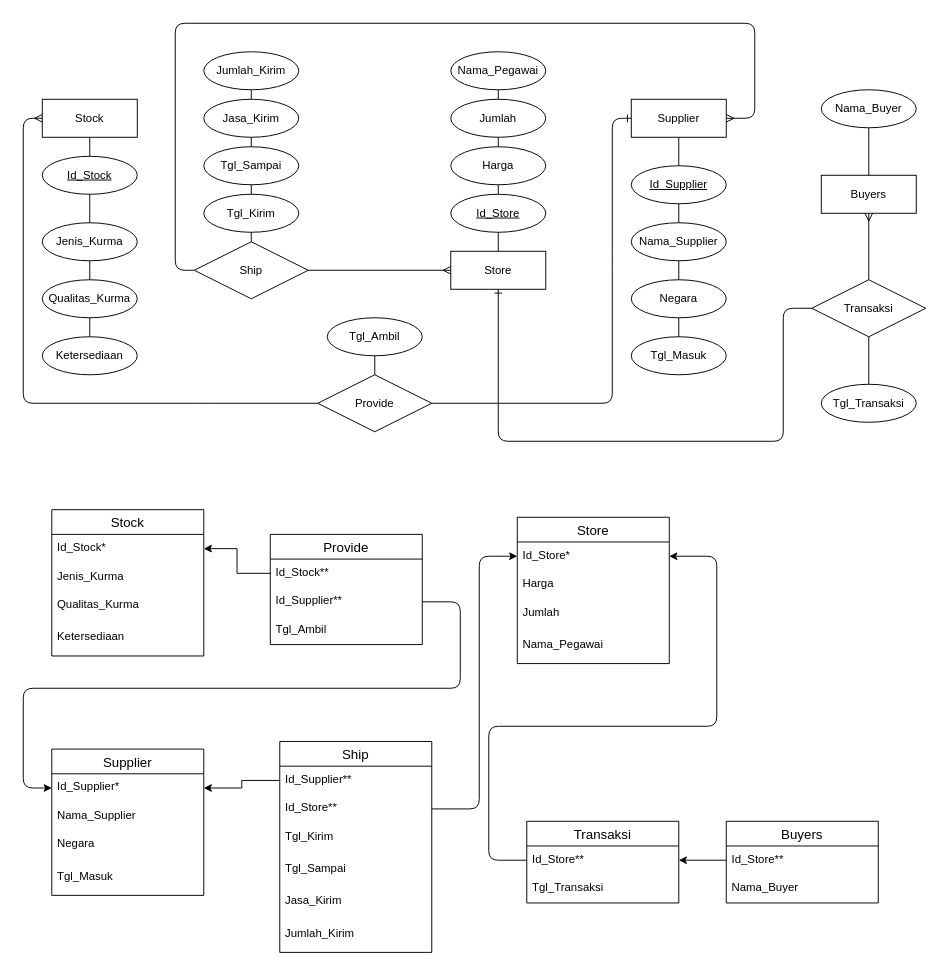
The draw.io diagram Docs/ERD Project.drawio in baswaraandi/Database-Project, before the edit. Source tidied: cells renumbered, new cells numbered last; positions are measured from the earlier drawing's top-left corner, leaving out a move shared by most shapes. Both pictures are drawn from the tidied source at 95%, with x=0, y=0 at pixel (23, 23).
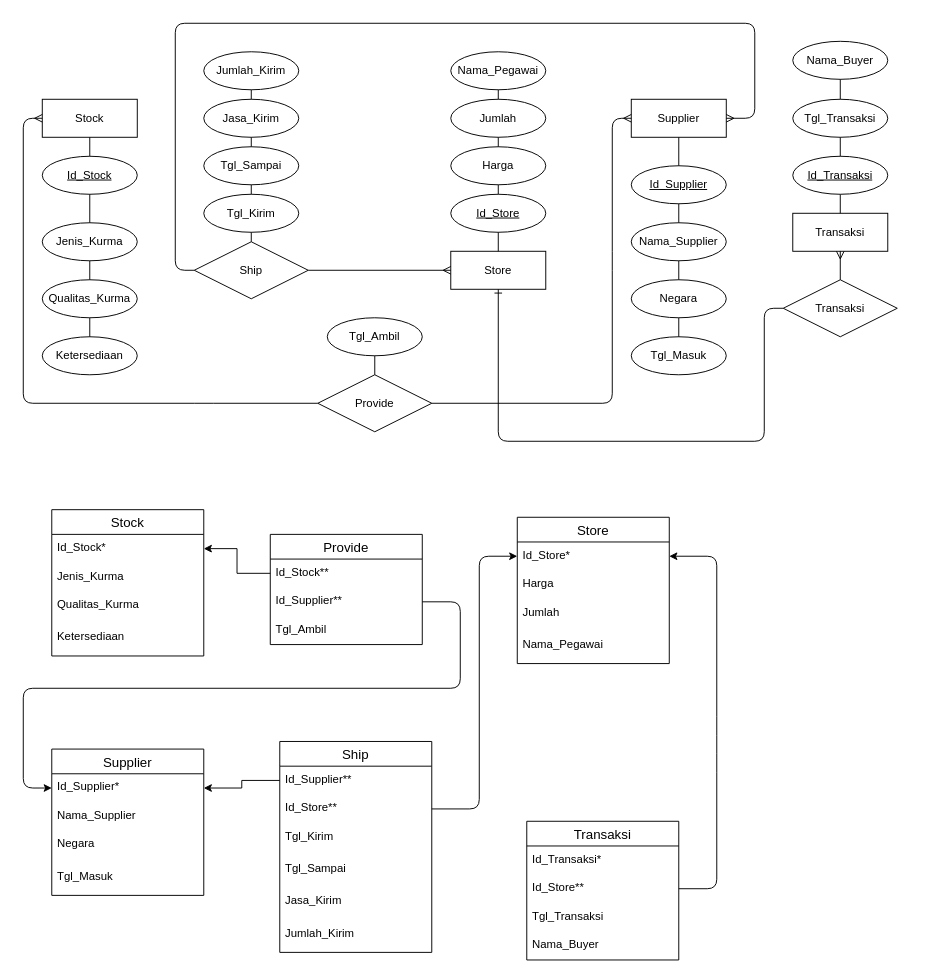
The same page after the edit.

The change refers to these unchanged cells:
```xml
<mxCell id="2" value="Supplier" style="whiteSpace=wrap;html=1;align=center;" parent="1" vertex="1">
  <mxGeometry x="640" y="80" width="100" height="40" as="geometry" />
</mxCell>
<mxCell id="4" value="Store" style="whiteSpace=wrap;html=1;align=center;" parent="1" vertex="1">
  <mxGeometry x="450" y="240" width="100" height="40" as="geometry" />
</mxCell>
<mxCell id="41" value="Provide" style="shape=rhombus;perimeter=rhombusPerimeter;whiteSpace=wrap;html=1;align=center;" parent="1" vertex="1">
  <mxGeometry x="310" y="370" width="120" height="60" as="geometry" />
</mxCell>
<mxCell id="77" value="Id_Store*" style="text;strokeColor=none;fillColor=none;spacingLeft=4;spacingRight=4;overflow=hidden;points=[[0,0.5],[1,0.5]];portConstraint=eastwest;fontSize=12;" parent="76" vertex="1">
  <mxGeometry y="26" width="160" height="30" as="geometry" />
</mxCell>
```

Change to the diagram source:
```diff
@@
-    <mxCell id="22" value="Buyers" style="whiteSpace=wrap;html=1;align=center;" parent="1" vertex="1">
-      <mxGeometry x="840" y="160" width="100" height="40" as="geometry" />
+    <mxCell id="22" value="Transaksi" style="whiteSpace=wrap;html=1;align=center;" parent="1" vertex="1">
+      <mxGeometry x="810" y="200" width="100" height="40" as="geometry" />
     </mxCell>
@@
-    <mxCell id="38" style="endArrow=none;html=1;rounded=0;exitX=0.5;exitY=1;exitDx=0;exitDy=0;entryX=0.5;entryY=0;entryDx=0;entryDy=0;" parent="1" edge="1" source="39" target="22">
+    <mxCell id="38" style="endArrow=none;html=1;rounded=0;exitX=0.5;exitY=1;exitDx=0;exitDy=0;entryX=0.5;entryY=0;entryDx=0;entryDy=0;" parent="1" edge="1" source="93" target="22">
       <mxGeometry relative="1" as="geometry" />
     </mxCell>
     <mxCell id="39" value="Nama_Buyer" style="ellipse;whiteSpace=wrap;html=1;align=center;" parent="1" vertex="1">
-      <mxGeometry x="840" y="70" width="100" height="40" as="geometry" />
+      <mxGeometry x="810" y="19" width="100" height="40" as="geometry" />
     </mxCell>
@@
-    <mxCell id="44" style="fontSize=12;html=1;endArrow=ERone;endFill=1;entryX=0;entryY=0.5;entryDx=0;entryDy=0;exitX=1;exitY=0.5;exitDx=0;exitDy=0;" parent="1" edge="1" source="41" target="2">
+    <mxCell id="44" style="fontSize=12;html=1;endArrow=ERmany;endFill=0;entryX=0;entryY=0.5;entryDx=0;entryDy=0;exitX=1;exitY=0.5;exitDx=0;exitDy=0;" parent="1" edge="1" source="41" target="2">
       <mxGeometry relative="1" as="geometry">
         <Array as="points">
           <mxPoint x="620" y="400" />
           <mxPoint x="620" y="250" />
           <mxPoint x="620" y="100" />
         </Array>
       </mxGeometry>
     </mxCell>
@@
     <mxCell id="49" value="Transaksi" style="shape=rhombus;perimeter=rhombusPerimeter;whiteSpace=wrap;html=1;align=center;" parent="1" vertex="1">
-      <mxGeometry x="830" y="270" width="120" height="60" as="geometry" />
+      <mxGeometry x="800" y="270" width="120" height="60" as="geometry" />
     </mxCell>
     <mxCell id="50" value="Tgl_Transaksi" style="ellipse;whiteSpace=wrap;html=1;align=center;" parent="1" vertex="1">
-      <mxGeometry x="840" y="380" width="100" height="40" as="geometry" />
+      <mxGeometry x="810" y="80" width="100" height="40" as="geometry" />
     </mxCell>
-    <mxCell id="51" style="endArrow=none;html=1;rounded=0;entryX=0.5;entryY=0;entryDx=0;entryDy=0;exitX=0.5;exitY=1;exitDx=0;exitDy=0;" parent="1" edge="1" source="49" target="50">
-      <mxGeometry relative="1" as="geometry" />
-    </mxCell>
     <mxCell id="52" style="fontSize=12;html=1;endArrow=ERmany;entryX=0.5;entryY=1;entryDx=0;entryDy=0;exitX=0.5;exitY=0;exitDx=0;exitDy=0;" parent="1" edge="1" source="49" target="22">
-      <mxGeometry relative="1" as="geometry">
-        <Array as="points">
-          <mxPoint x="890" y="210" />
-        </Array>
-      </mxGeometry>
+      <mxGeometry relative="1" as="geometry" />
     </mxCell>
     <mxCell id="53" style="fontSize=12;html=1;endArrow=ERone;endFill=1;entryX=0.5;entryY=1;entryDx=0;entryDy=0;exitX=0;exitY=0.5;exitDx=0;exitDy=0;" parent="1" edge="1" source="49" target="4">
       <mxGeometry relative="1" as="geometry">
         <Array as="points">
           <mxPoint x="800" y="300" />
-          <mxPoint x="800" y="440" />
+          <mxPoint x="780" y="300" />
+          <mxPoint x="780" y="440" />
           <mxPoint x="500" y="440" />
         </Array>
       </mxGeometry>
     </mxCell>
@@
     <mxCell id="82" value="Transaksi" style="swimlane;fontStyle=0;horizontal=1;startSize=26;align=center;fontSize=14;" parent="1" vertex="1">
-      <mxGeometry x="530" y="840" width="160" height="86" as="geometry" />
+      <mxGeometry x="530" y="840" width="160" height="146" as="geometry" />
     </mxCell>
-    <mxCell id="83" value="Id_Store**" style="text;strokeColor=none;fillColor=none;spacingLeft=4;spacingRight=4;overflow=hidden;points=[[0,0.5],[1,0.5]];portConstraint=eastwest;fontSize=12;" parent="82" vertex="1">
+    <mxCell id="83" value="Id_Transaksi*" style="text;strokeColor=none;fillColor=none;spacingLeft=4;spacingRight=4;overflow=hidden;points=[[0,0.5],[1,0.5]];portConstraint=eastwest;fontSize=12;" parent="82" vertex="1">
       <mxGeometry y="26" width="160" height="30" as="geometry" />
     </mxCell>
-    <mxCell id="84" value="Tgl_Transaksi" style="text;strokeColor=none;fillColor=none;spacingLeft=4;spacingRight=4;overflow=hidden;fontSize=12;" parent="82" vertex="1">
+    <mxCell id="84" value="Id_Store**" style="text;strokeColor=none;fillColor=none;spacingLeft=4;spacingRight=4;overflow=hidden;fontSize=12;" parent="82" vertex="1">
       <mxGeometry y="56" width="160" height="30" as="geometry" />
     </mxCell>
-    <mxCell id="85" value="Buyers" style="swimlane;fontStyle=0;horizontal=1;startSize=26;align=center;fontSize=14;" parent="1" vertex="1">
-      <mxGeometry x="740" y="840" width="160" height="86" as="geometry" />
-    </mxCell>
-    <mxCell id="86" value="Id_Store**" style="text;strokeColor=none;fillColor=none;spacingLeft=4;spacingRight=4;overflow=hidden;points=[[0,0.5],[1,0.5]];portConstraint=eastwest;fontSize=12;" parent="85" vertex="1">
-      <mxGeometry y="26" width="160" height="30" as="geometry" />
-    </mxCell>
+    <mxCell id="92" value="Tgl_Transaksi" style="text;strokeColor=none;fillColor=none;spacingLeft=4;spacingRight=4;overflow=hidden;fontSize=12;" parent="82" vertex="1">
+      <mxGeometry y="86" width="160" height="30" as="geometry" />
+    </mxCell>
-    <mxCell id="87" value="Nama_Buyer" style="text;strokeColor=none;fillColor=none;spacingLeft=4;spacingRight=4;overflow=hidden;fontSize=12;" parent="85" vertex="1">
-      <mxGeometry y="56" width="160" height="30" as="geometry" />
+    <mxCell id="87" value="Nama_Buyer" style="text;strokeColor=none;fillColor=none;spacingLeft=4;spacingRight=4;overflow=hidden;fontSize=12;" parent="82" vertex="1">
+      <mxGeometry y="116" width="160" height="30" as="geometry" />
     </mxCell>
-    <mxCell id="88" style="endArrow=classic;html=1;entryX=1;entryY=0.5;entryDx=0;entryDy=0;exitX=0;exitY=0.5;exitDx=0;exitDy=0;" parent="1" edge="1" source="83" target="77">
+    <mxCell id="88" style="endArrow=classic;html=1;entryX=1;entryY=0.5;entryDx=0;entryDy=0;" parent="1" edge="1" target="77">
       <mxGeometry relative="1" as="geometry">
+        <mxPoint x="690" y="911" as="sourcePoint" />
         <Array as="points">
-          <mxPoint x="490" y="881" />
-          <mxPoint x="490" y="740" />
+          <mxPoint x="730" y="911" />
+          <mxPoint x="730" y="779" />
           <mxPoint x="730" y="740" />
           <mxPoint x="730" y="561" />
         </Array>
       </mxGeometry>
     </mxCell>
-    <mxCell id="89" style="endArrow=classic;html=1;entryX=1;entryY=0.5;entryDx=0;entryDy=0;" parent="1" edge="1" source="86" target="83">
-      <mxGeometry relative="1" as="geometry" />
-    </mxCell>
@@
+    <mxCell id="93" value="Id_Transaksi" style="ellipse;whiteSpace=wrap;html=1;align=center;fontStyle=4;" parent="1" vertex="1">
+      <mxGeometry x="810" y="140" width="100" height="40" as="geometry" />
+    </mxCell>
+    <mxCell id="94" style="endArrow=none;html=1;rounded=0;exitX=0.5;exitY=1;exitDx=0;exitDy=0;entryX=0.5;entryY=0;entryDx=0;entryDy=0;" parent="1" edge="1" source="39" target="50">
+      <mxGeometry relative="1" as="geometry" />
+    </mxCell>
+    <mxCell id="95" style="endArrow=none;html=1;rounded=0;exitX=0.5;exitY=1;exitDx=0;exitDy=0;entryX=0.5;entryY=0;entryDx=0;entryDy=0;" parent="1" edge="1" source="50" target="93">
+      <mxGeometry relative="1" as="geometry" />
+    </mxCell>
```
